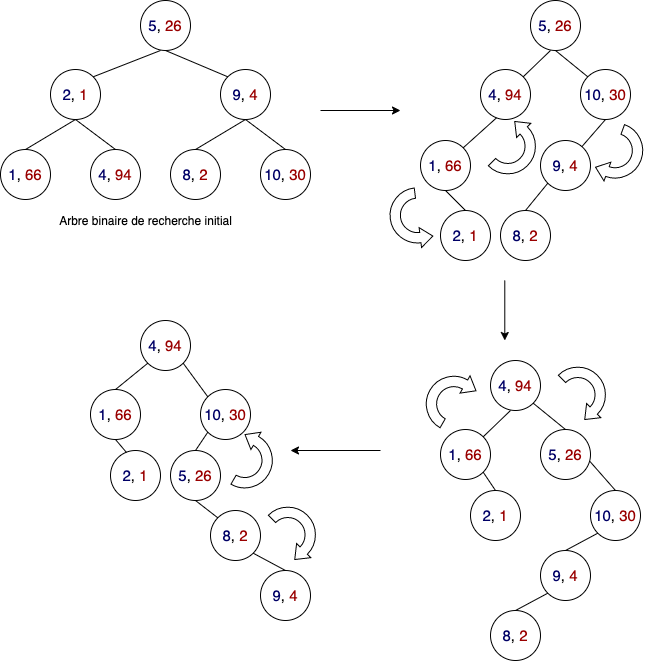
This is 2021/week11/solutions/treap.png from doplab/act-tp, a draw.io export, as it was before one commit. Source tidied: cells renumbered, new cells last; positions are measured from the earlier drawing's top-left corner, leaving out a move shared by most shapes. Its diagram source:
```xml
<mxGraphModel>
  <root>
    <mxCell id="0" />
    <mxCell id="1" parent="0" />
    <mxCell id="2" value="&lt;span style=&quot;font-size: 15px&quot;&gt;&lt;font color=&quot;#000066&quot;&gt;1&lt;/font&gt;, &lt;font color=&quot;#990000&quot;&gt;66&lt;/font&gt;&lt;/span&gt;" style="ellipse;whiteSpace=wrap;html=1;" parent="1" vertex="1">
      <mxGeometry y="149" width="50" height="50" as="geometry" />
    </mxCell>
    <mxCell id="3" value="&lt;span style=&quot;font-size: 15px&quot;&gt;&lt;font color=&quot;#000066&quot;&gt;4&lt;/font&gt;,&amp;nbsp;&lt;font color=&quot;#990000&quot;&gt;94&lt;/font&gt;&lt;/span&gt;" style="ellipse;whiteSpace=wrap;html=1;" parent="1" vertex="1">
      <mxGeometry x="90" y="149" width="50" height="50" as="geometry" />
    </mxCell>
    <mxCell id="4" value="&lt;span style=&quot;font-size: 15px&quot;&gt;&lt;font color=&quot;#000066&quot;&gt;2&lt;/font&gt;,&amp;nbsp;&lt;/span&gt;&lt;font color=&quot;#990000&quot; style=&quot;font-size: 15px&quot;&gt;1&lt;/font&gt;" style="ellipse;whiteSpace=wrap;html=1;" parent="1" vertex="1">
      <mxGeometry x="50" y="69" width="50" height="50" as="geometry" />
    </mxCell>
    <mxCell id="5" value="&lt;span style=&quot;font-size: 15px&quot;&gt;&lt;font color=&quot;#000066&quot;&gt;8&lt;/font&gt;,&amp;nbsp;&lt;font color=&quot;#990000&quot;&gt;2&lt;/font&gt;&lt;/span&gt;" style="ellipse;whiteSpace=wrap;html=1;" parent="1" vertex="1">
      <mxGeometry x="170" y="149" width="50" height="50" as="geometry" />
    </mxCell>
    <mxCell id="6" value="&lt;span style=&quot;font-size: 15px&quot;&gt;&lt;font color=&quot;#000066&quot;&gt;10&lt;/font&gt;,&amp;nbsp;&lt;/span&gt;&lt;font color=&quot;#990000&quot; style=&quot;font-size: 15px&quot;&gt;30&lt;/font&gt;" style="ellipse;whiteSpace=wrap;html=1;" parent="1" vertex="1">
      <mxGeometry x="260" y="149" width="50" height="50" as="geometry" />
    </mxCell>
    <mxCell id="7" value="&lt;span style=&quot;font-size: 15px&quot;&gt;&lt;font color=&quot;#000066&quot;&gt;9&lt;/font&gt;,&amp;nbsp;&lt;font color=&quot;#990000&quot;&gt;4&lt;/font&gt;&lt;/span&gt;" style="ellipse;whiteSpace=wrap;html=1;" parent="1" vertex="1">
      <mxGeometry x="220" y="69" width="50" height="50" as="geometry" />
    </mxCell>
    <mxCell id="8" value="&lt;font style=&quot;font-size: 15px&quot;&gt;&lt;font color=&quot;#000066&quot;&gt;5&lt;/font&gt;, &lt;font color=&quot;#990000&quot;&gt;26&lt;/font&gt;&lt;/font&gt;" style="ellipse;whiteSpace=wrap;html=1;" parent="1" vertex="1">
      <mxGeometry x="140" width="50" height="50" as="geometry" />
    </mxCell>
    <mxCell id="9" style="endArrow=none;html=1;exitX=1;exitY=0;exitDx=0;exitDy=0;" parent="1" edge="1" source="4">
      <mxGeometry relative="1" as="geometry">
        <mxPoint x="160" y="50" as="targetPoint" />
      </mxGeometry>
    </mxCell>
    <mxCell id="10" style="endArrow=none;html=1;exitX=0;exitY=0;exitDx=0;exitDy=0;entryX=0.5;entryY=1;entryDx=0;entryDy=0;" parent="1" edge="1" source="7" target="8">
      <mxGeometry relative="1" as="geometry" />
    </mxCell>
    <mxCell id="11" style="endArrow=none;html=1;exitX=0.5;exitY=1;exitDx=0;exitDy=0;entryX=0.5;entryY=0;entryDx=0;entryDy=0;" parent="1" edge="1" source="7" target="5">
      <mxGeometry relative="1" as="geometry" />
    </mxCell>
    <mxCell id="12" style="endArrow=none;html=1;exitX=0.5;exitY=1;exitDx=0;exitDy=0;entryX=0.5;entryY=0;entryDx=0;entryDy=0;" parent="1" edge="1" source="7" target="6">
      <mxGeometry relative="1" as="geometry" />
    </mxCell>
    <mxCell id="13" style="endArrow=none;html=1;exitX=0.5;exitY=0;exitDx=0;exitDy=0;entryX=0.5;entryY=1;entryDx=0;entryDy=0;" parent="1" edge="1" source="3" target="4">
      <mxGeometry relative="1" as="geometry" />
    </mxCell>
    <mxCell id="14" style="endArrow=none;html=1;exitX=0.5;exitY=0;exitDx=0;exitDy=0;entryX=0.5;entryY=1;entryDx=0;entryDy=0;" parent="1" edge="1" source="2" target="4">
      <mxGeometry relative="1" as="geometry" />
    </mxCell>
    <mxCell id="15" value="&lt;span style=&quot;font-size: 15px&quot;&gt;&lt;font color=&quot;#000066&quot;&gt;2&lt;/font&gt;,&amp;nbsp;&lt;font color=&quot;#990000&quot;&gt;1&lt;/font&gt;&lt;/span&gt;" style="ellipse;whiteSpace=wrap;html=1;" parent="1" vertex="1">
      <mxGeometry x="440" y="210" width="50" height="50" as="geometry" />
    </mxCell>
    <mxCell id="16" value="&lt;span style=&quot;font-size: 15px&quot;&gt;&lt;font color=&quot;#000066&quot;&gt;4&lt;/font&gt;,&amp;nbsp;&lt;font color=&quot;#990000&quot;&gt;94&lt;/font&gt;&lt;/span&gt;" style="ellipse;whiteSpace=wrap;html=1;" parent="1" vertex="1">
      <mxGeometry x="480" y="69" width="50" height="50" as="geometry" />
    </mxCell>
    <mxCell id="17" value="&lt;span style=&quot;font-size: 15px&quot;&gt;&lt;font color=&quot;#000066&quot;&gt;1&lt;/font&gt;, &lt;font color=&quot;#990000&quot;&gt;66&lt;/font&gt;&lt;/span&gt;" style="ellipse;whiteSpace=wrap;html=1;" parent="1" vertex="1">
      <mxGeometry x="420" y="140" width="50" height="50" as="geometry" />
    </mxCell>
    <mxCell id="18" value="&lt;span style=&quot;font-size: 15px&quot;&gt;&lt;font color=&quot;#000066&quot;&gt;8&lt;/font&gt;,&amp;nbsp;&lt;font color=&quot;#990000&quot;&gt;2&lt;/font&gt;&lt;/span&gt;" style="ellipse;whiteSpace=wrap;html=1;" parent="1" vertex="1">
      <mxGeometry x="500" y="210" width="50" height="50" as="geometry" />
    </mxCell>
    <mxCell id="19" value="&lt;span style=&quot;font-size: 15px&quot;&gt;&lt;font color=&quot;#000066&quot;&gt;9&lt;/font&gt;,&amp;nbsp;&lt;font color=&quot;#990000&quot;&gt;4&lt;/font&gt;&lt;/span&gt;" style="ellipse;whiteSpace=wrap;html=1;" parent="1" vertex="1">
      <mxGeometry x="540" y="140" width="50" height="50" as="geometry" />
    </mxCell>
    <mxCell id="20" value="&lt;font style=&quot;font-size: 15px&quot;&gt;&lt;font color=&quot;#000066&quot;&gt;5&lt;/font&gt;, &lt;font color=&quot;#990000&quot;&gt;26&lt;/font&gt;&lt;/font&gt;" style="ellipse;whiteSpace=wrap;html=1;" parent="1" vertex="1">
      <mxGeometry x="530" width="50" height="50" as="geometry" />
    </mxCell>
    <mxCell id="21" style="endArrow=none;html=1;exitX=1;exitY=0;exitDx=0;exitDy=0;" parent="1" edge="1" source="16">
      <mxGeometry relative="1" as="geometry">
        <mxPoint x="550" y="50" as="targetPoint" />
      </mxGeometry>
    </mxCell>
    <mxCell id="22" style="endArrow=none;html=1;exitX=0;exitY=0;exitDx=0;exitDy=0;entryX=0.5;entryY=1;entryDx=0;entryDy=0;" parent="1" edge="1" source="26" target="20">
      <mxGeometry relative="1" as="geometry" />
    </mxCell>
    <mxCell id="23" style="endArrow=none;html=1;exitX=0;exitY=1;exitDx=0;exitDy=0;entryX=0.5;entryY=0;entryDx=0;entryDy=0;" parent="1" edge="1" source="19" target="18">
      <mxGeometry relative="1" as="geometry" />
    </mxCell>
    <mxCell id="24" style="endArrow=none;html=1;exitX=0.32;exitY=0.967;exitDx=0;exitDy=0;entryX=1;entryY=0;entryDx=0;entryDy=0;exitPerimeter=0;" parent="1" edge="1" source="16" target="17">
      <mxGeometry relative="1" as="geometry" />
    </mxCell>
    <mxCell id="25" style="endArrow=none;html=1;exitX=0.5;exitY=0;exitDx=0;exitDy=0;entryX=0.5;entryY=1;entryDx=0;entryDy=0;" parent="1" edge="1" source="15" target="17">
      <mxGeometry relative="1" as="geometry" />
    </mxCell>
    <mxCell id="26" value="&lt;span style=&quot;font-size: 15px&quot;&gt;&lt;font color=&quot;#000066&quot;&gt;10&lt;/font&gt;,&amp;nbsp;&lt;/span&gt;&lt;font color=&quot;#990000&quot; style=&quot;font-size: 15px&quot;&gt;30&lt;/font&gt;" style="ellipse;whiteSpace=wrap;html=1;" parent="1" vertex="1">
      <mxGeometry x="580" y="69" width="50" height="50" as="geometry" />
    </mxCell>
    <mxCell id="27" style="endArrow=none;html=1;entryX=0.5;entryY=1;entryDx=0;entryDy=0;" parent="1" edge="1" source="19" target="26">
      <mxGeometry relative="1" as="geometry" />
    </mxCell>
    <mxCell id="28" value="&lt;span style=&quot;font-size: 15px&quot;&gt;&lt;font color=&quot;#000066&quot;&gt;2&lt;/font&gt;,&amp;nbsp;&lt;font color=&quot;#990000&quot;&gt;1&lt;/font&gt;&lt;/span&gt;" style="ellipse;whiteSpace=wrap;html=1;" parent="1" vertex="1">
      <mxGeometry x="470" y="490" width="50" height="50" as="geometry" />
    </mxCell>
    <mxCell id="29" value="&lt;span style=&quot;font-size: 15px&quot;&gt;&lt;font color=&quot;#000066&quot;&gt;1&lt;/font&gt;, &lt;font color=&quot;#990000&quot;&gt;66&lt;/font&gt;&lt;/span&gt;" style="ellipse;whiteSpace=wrap;html=1;" parent="1" vertex="1">
      <mxGeometry x="440" y="429" width="50" height="50" as="geometry" />
    </mxCell>
    <mxCell id="30" value="&lt;span style=&quot;font-size: 15px&quot;&gt;&lt;font color=&quot;#000066&quot;&gt;5&lt;/font&gt;, &lt;font color=&quot;#990000&quot;&gt;26&lt;/font&gt;&lt;/span&gt;" style="ellipse;whiteSpace=wrap;html=1;" parent="1" vertex="1">
      <mxGeometry x="540" y="429" width="50" height="50" as="geometry" />
    </mxCell>
    <mxCell id="31" value="&lt;span style=&quot;font-size: 15px&quot;&gt;&lt;font color=&quot;#000066&quot;&gt;8&lt;/font&gt;,&amp;nbsp;&lt;font color=&quot;#990000&quot;&gt;2&lt;/font&gt;&lt;/span&gt;" style="ellipse;whiteSpace=wrap;html=1;" parent="1" vertex="1">
      <mxGeometry x="490" y="610" width="50" height="50" as="geometry" />
    </mxCell>
    <mxCell id="32" value="&lt;span style=&quot;font-size: 15px&quot;&gt;&lt;font color=&quot;#000066&quot;&gt;9&lt;/font&gt;,&amp;nbsp;&lt;font color=&quot;#990000&quot;&gt;4&lt;/font&gt;&lt;/span&gt;" style="ellipse;whiteSpace=wrap;html=1;" parent="1" vertex="1">
      <mxGeometry x="540" y="550" width="50" height="50" as="geometry" />
    </mxCell>
    <mxCell id="33" value="&lt;font style=&quot;font-size: 15px&quot;&gt;&lt;font color=&quot;#000066&quot;&gt;4&lt;/font&gt;, &lt;font color=&quot;#990000&quot;&gt;94&lt;/font&gt;&lt;/font&gt;" style="ellipse;whiteSpace=wrap;html=1;" parent="1" vertex="1">
      <mxGeometry x="490" y="360" width="50" height="50" as="geometry" />
    </mxCell>
    <mxCell id="34" style="endArrow=none;html=1;exitX=1;exitY=0;exitDx=0;exitDy=0;" parent="1" edge="1" source="29">
      <mxGeometry relative="1" as="geometry">
        <mxPoint x="510" y="410" as="targetPoint" />
      </mxGeometry>
    </mxCell>
    <mxCell id="35" value="&lt;span style=&quot;font-size: 15px&quot;&gt;&lt;font color=&quot;#000066&quot;&gt;10&lt;/font&gt;,&amp;nbsp;&lt;/span&gt;&lt;font color=&quot;#990000&quot; style=&quot;font-size: 15px&quot;&gt;30&lt;/font&gt;" style="ellipse;whiteSpace=wrap;html=1;" parent="1" vertex="1">
      <mxGeometry x="590" y="490" width="50" height="50" as="geometry" />
    </mxCell>
    <mxCell id="36" style="endArrow=none;html=1;exitX=0.5;exitY=0;exitDx=0;exitDy=0;entryX=1;entryY=1;entryDx=0;entryDy=0;" parent="1" edge="1" source="28" target="29">
      <mxGeometry relative="1" as="geometry" />
    </mxCell>
    <mxCell id="37" style="endArrow=none;html=1;exitX=0.5;exitY=0;exitDx=0;exitDy=0;entryX=1;entryY=1;entryDx=0;entryDy=0;" parent="1" edge="1" source="30" target="33">
      <mxGeometry relative="1" as="geometry" />
    </mxCell>
    <mxCell id="38" style="endArrow=none;html=1;exitX=0.983;exitY=0.632;exitDx=0;exitDy=0;entryX=0.5;entryY=0;entryDx=0;entryDy=0;exitPerimeter=0;" parent="1" edge="1" source="30" target="35">
      <mxGeometry relative="1" as="geometry" />
    </mxCell>
    <mxCell id="39" style="endArrow=none;html=1;exitX=0.5;exitY=0;exitDx=0;exitDy=0;entryX=0;entryY=1;entryDx=0;entryDy=0;" parent="1" edge="1" source="32" target="35">
      <mxGeometry relative="1" as="geometry" />
    </mxCell>
    <mxCell id="40" style="endArrow=none;html=1;exitX=0.5;exitY=0;exitDx=0;exitDy=0;entryX=0;entryY=1;entryDx=0;entryDy=0;" parent="1" edge="1" source="31" target="32">
      <mxGeometry relative="1" as="geometry" />
    </mxCell>
    <mxCell id="41" value="&lt;span style=&quot;font-size: 15px&quot;&gt;&lt;font color=&quot;#000066&quot;&gt;2&lt;/font&gt;,&amp;nbsp;&lt;font color=&quot;#990000&quot;&gt;1&lt;/font&gt;&lt;/span&gt;" style="ellipse;whiteSpace=wrap;html=1;" parent="1" vertex="1">
      <mxGeometry x="110" y="450" width="50" height="50" as="geometry" />
    </mxCell>
    <mxCell id="42" value="&lt;span style=&quot;font-size: 15px&quot;&gt;&lt;font color=&quot;#000066&quot;&gt;1&lt;/font&gt;, &lt;font color=&quot;#990000&quot;&gt;66&lt;/font&gt;&lt;/span&gt;" style="ellipse;whiteSpace=wrap;html=1;" parent="1" vertex="1">
      <mxGeometry x="90" y="389" width="50" height="50" as="geometry" />
    </mxCell>
    <mxCell id="43" value="&lt;span style=&quot;font-size: 15px&quot;&gt;&lt;font color=&quot;#000066&quot;&gt;8&lt;/font&gt;,&amp;nbsp;&lt;font color=&quot;#990000&quot;&gt;2&lt;/font&gt;&lt;/span&gt;" style="ellipse;whiteSpace=wrap;html=1;" parent="1" vertex="1">
      <mxGeometry x="210" y="510" width="50" height="50" as="geometry" />
    </mxCell>
    <mxCell id="44" value="&lt;span style=&quot;font-size: 15px&quot;&gt;&lt;font color=&quot;#000066&quot;&gt;9&lt;/font&gt;,&amp;nbsp;&lt;font color=&quot;#990000&quot;&gt;4&lt;/font&gt;&lt;/span&gt;" style="ellipse;whiteSpace=wrap;html=1;" parent="1" vertex="1">
      <mxGeometry x="260" y="570" width="50" height="50" as="geometry" />
    </mxCell>
    <mxCell id="45" value="&lt;font style=&quot;font-size: 15px&quot;&gt;&lt;font color=&quot;#000066&quot;&gt;4&lt;/font&gt;, &lt;font color=&quot;#990000&quot;&gt;94&lt;/font&gt;&lt;/font&gt;" style="ellipse;whiteSpace=wrap;html=1;" parent="1" vertex="1">
      <mxGeometry x="140" y="320" width="50" height="50" as="geometry" />
    </mxCell>
    <mxCell id="46" style="endArrow=none;html=1;exitX=0.5;exitY=0;exitDx=0;exitDy=0;entryX=0;entryY=1;entryDx=0;entryDy=0;" parent="1" edge="1" source="42" target="45">
      <mxGeometry relative="1" as="geometry" />
    </mxCell>
    <mxCell id="47" value="&lt;span style=&quot;font-size: 15px&quot;&gt;&lt;font color=&quot;#000066&quot;&gt;10&lt;/font&gt;,&amp;nbsp;&lt;/span&gt;&lt;font color=&quot;#990000&quot; style=&quot;font-size: 15px&quot;&gt;30&lt;/font&gt;" style="ellipse;whiteSpace=wrap;html=1;" parent="1" vertex="1">
      <mxGeometry x="200" y="389" width="50" height="50" as="geometry" />
    </mxCell>
    <mxCell id="48" style="endArrow=none;html=1;exitX=0.32;exitY=0.04;exitDx=0;exitDy=0;entryX=0.5;entryY=1;entryDx=0;entryDy=0;exitPerimeter=0;" parent="1" edge="1" source="41" target="42">
      <mxGeometry relative="1" as="geometry" />
    </mxCell>
    <mxCell id="49" style="endArrow=none;html=1;entryX=1;entryY=1;entryDx=0;entryDy=0;exitX=0;exitY=0;exitDx=0;exitDy=0;" parent="1" edge="1" source="47" target="45">
      <mxGeometry relative="1" as="geometry" />
    </mxCell>
    <mxCell id="50" style="endArrow=none;html=1;exitX=0.5;exitY=0;exitDx=0;exitDy=0;entryX=0;entryY=1;entryDx=0;entryDy=0;" parent="1" edge="1" source="51" target="47">
      <mxGeometry relative="1" as="geometry" />
    </mxCell>
    <mxCell id="51" value="&lt;span style=&quot;font-size: 15px&quot;&gt;&lt;font color=&quot;#000066&quot;&gt;5&lt;/font&gt;, &lt;font color=&quot;#990000&quot;&gt;26&lt;/font&gt;&lt;/span&gt;" style="ellipse;whiteSpace=wrap;html=1;" parent="1" vertex="1">
      <mxGeometry x="170" y="450" width="50" height="50" as="geometry" />
    </mxCell>
    <mxCell id="52" style="endArrow=none;html=1;exitX=0;exitY=0;exitDx=0;exitDy=0;entryX=0.5;entryY=1;entryDx=0;entryDy=0;" parent="1" edge="1" source="43" target="51">
      <mxGeometry relative="1" as="geometry" />
    </mxCell>
    <mxCell id="53" style="endArrow=none;html=1;exitX=0.5;exitY=0;exitDx=0;exitDy=0;entryX=1;entryY=1;entryDx=0;entryDy=0;" parent="1" edge="1" source="44" target="43">
      <mxGeometry relative="1" as="geometry" />
    </mxCell>
    <mxCell id="54" value="Arbre binaire de recherche initial" style="text;html=1;align=center;verticalAlign=middle;" parent="1" vertex="1">
      <mxGeometry x="50" y="210" width="190" height="20" as="geometry" />
    </mxCell>
    <mxCell id="55" style="html=1;shadow=0;dashed=0;align=center;verticalAlign=middle;shape=mxgraph.arrows2.uTurnArrow;dy=5.17;arrowHead=20;dx2=12.62;rotation=353;flipV=1;" parent="1" vertex="1">
      <mxGeometry x="390" y="190" width="10" height="60" as="geometry" />
    </mxCell>
    <mxCell id="56" style="html=1;shadow=0;dashed=0;align=center;verticalAlign=middle;shape=mxgraph.arrows2.uTurnArrow;dy=5.17;arrowHead=20;dx2=12.62;rotation=45;direction=east;flipH=1;" parent="1" vertex="1">
      <mxGeometry x="520" y="130" width="10" height="60" as="geometry" />
    </mxCell>
    <mxCell id="57" style="html=1;shadow=0;dashed=0;align=center;verticalAlign=middle;shape=mxgraph.arrows2.uTurnArrow;dy=5.17;arrowHead=20;dx2=12.62;rotation=20;flipV=1;flipH=1;" parent="1" vertex="1">
      <mxGeometry x="630" y="130" width="10" height="60" as="geometry" />
    </mxCell>
    <mxCell id="58" style="html=1;shadow=0;dashed=0;align=center;verticalAlign=middle;shape=mxgraph.arrows2.uTurnArrow;dy=5.17;arrowHead=20;dx2=12.62;rotation=30;direction=east;flipH=0;flipV=0;" parent="1" vertex="1">
      <mxGeometry x="430" y="360" width="10" height="60" as="geometry" />
    </mxCell>
    <mxCell id="59" style="html=1;shadow=0;dashed=0;align=center;verticalAlign=middle;shape=mxgraph.arrows2.uTurnArrow;dy=5.17;arrowHead=20;dx2=12.62;rotation=-45;flipV=1;flipH=1;" parent="1" vertex="1">
      <mxGeometry x="590" y="350" width="10" height="60" as="geometry" />
    </mxCell>
    <mxCell id="60" style="html=1;shadow=0;dashed=0;align=center;verticalAlign=middle;shape=mxgraph.arrows2.uTurnArrow;dy=5.17;arrowHead=20;dx2=12.62;rotation=-45;flipV=1;flipH=1;" parent="1" vertex="1">
      <mxGeometry x="300" y="490" width="10" height="60" as="geometry" />
    </mxCell>
    <mxCell id="61" style="html=1;shadow=0;dashed=0;align=center;verticalAlign=middle;shape=mxgraph.arrows2.uTurnArrow;dy=5.17;arrowHead=20;dx2=12.62;rotation=30;direction=east;flipH=1;flipV=0;" parent="1" vertex="1">
      <mxGeometry x="260" y="439" width="10" height="60" as="geometry" />
    </mxCell>
    <mxCell id="62" style="endArrow=classic;html=1;" parent="1" edge="1">
      <mxGeometry relative="1" as="geometry">
        <mxPoint x="320" y="110" as="sourcePoint" />
        <mxPoint x="400" y="110" as="targetPoint" />
      </mxGeometry>
    </mxCell>
    <mxCell id="63" style="endArrow=classic;html=1;" parent="1" edge="1">
      <mxGeometry relative="1" as="geometry">
        <mxPoint x="504.3" y="280" as="sourcePoint" />
        <mxPoint x="504.3" y="340" as="targetPoint" />
      </mxGeometry>
    </mxCell>
    <mxCell id="64" style="endArrow=classic;html=1;" parent="1" edge="1">
      <mxGeometry relative="1" as="geometry">
        <mxPoint x="380" y="450" as="sourcePoint" />
        <mxPoint x="290" y="450" as="targetPoint" />
      </mxGeometry>
    </mxCell>
  </root>
</mxGraphModel>
```
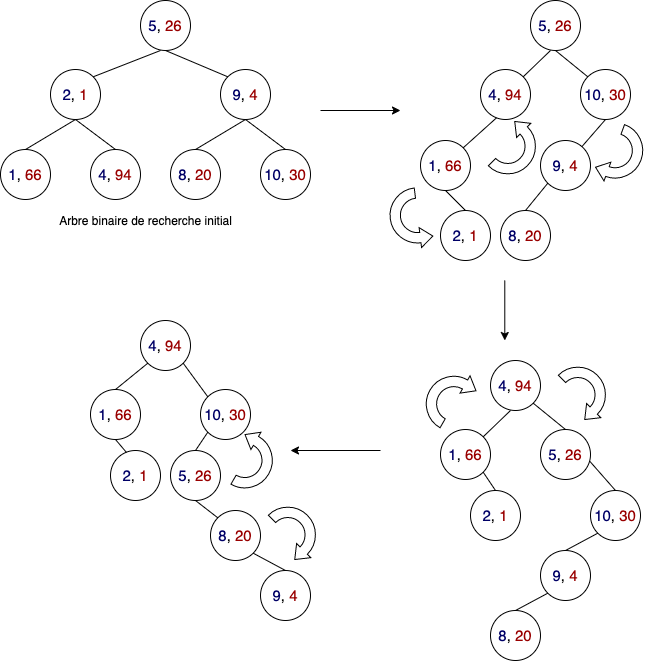
The same file after the commit.

What changed in the source:
```diff
@@ -11,7 +11,7 @@
     <mxCell id="4" value="&lt;span style=&quot;font-size: 15px&quot;&gt;&lt;font color=&quot;#000066&quot;&gt;2&lt;/font&gt;,&amp;nbsp;&lt;/span&gt;&lt;font color=&quot;#990000&quot; style=&quot;font-size: 15px&quot;&gt;1&lt;/font&gt;" style="ellipse;whiteSpace=wrap;html=1;" parent="1" vertex="1">
       <mxGeometry x="50" y="69" width="50" height="50" as="geometry" />
     </mxCell>
-    <mxCell id="5" value="&lt;span style=&quot;font-size: 15px&quot;&gt;&lt;font color=&quot;#000066&quot;&gt;8&lt;/font&gt;,&amp;nbsp;&lt;font color=&quot;#990000&quot;&gt;2&lt;/font&gt;&lt;/span&gt;" style="ellipse;whiteSpace=wrap;html=1;" parent="1" vertex="1">
+    <mxCell id="5" value="&lt;span style=&quot;font-size: 15px&quot;&gt;&lt;font color=&quot;#000066&quot;&gt;8&lt;/font&gt;,&amp;nbsp;&lt;font color=&quot;#990000&quot;&gt;20&lt;/font&gt;&lt;/span&gt;" style="ellipse;whiteSpace=wrap;html=1;" parent="1" vertex="1">
       <mxGeometry x="170" y="149" width="50" height="50" as="geometry" />
     </mxCell>
     <mxCell id="6" value="&lt;span style=&quot;font-size: 15px&quot;&gt;&lt;font color=&quot;#000066&quot;&gt;10&lt;/font&gt;,&amp;nbsp;&lt;/span&gt;&lt;font color=&quot;#990000&quot; style=&quot;font-size: 15px&quot;&gt;30&lt;/font&gt;" style="ellipse;whiteSpace=wrap;html=1;" parent="1" vertex="1">
@@ -52,7 +52,7 @@
     <mxCell id="17" value="&lt;span style=&quot;font-size: 15px&quot;&gt;&lt;font color=&quot;#000066&quot;&gt;1&lt;/font&gt;, &lt;font color=&quot;#990000&quot;&gt;66&lt;/font&gt;&lt;/span&gt;" style="ellipse;whiteSpace=wrap;html=1;" parent="1" vertex="1">
       <mxGeometry x="420" y="140" width="50" height="50" as="geometry" />
     </mxCell>
-    <mxCell id="18" value="&lt;span style=&quot;font-size: 15px&quot;&gt;&lt;font color=&quot;#000066&quot;&gt;8&lt;/font&gt;,&amp;nbsp;&lt;font color=&quot;#990000&quot;&gt;2&lt;/font&gt;&lt;/span&gt;" style="ellipse;whiteSpace=wrap;html=1;" parent="1" vertex="1">
+    <mxCell id="18" value="&lt;span style=&quot;font-size: 15px&quot;&gt;&lt;font color=&quot;#000066&quot;&gt;8&lt;/font&gt;,&amp;nbsp;&lt;font color=&quot;#990000&quot;&gt;20&lt;/font&gt;&lt;/span&gt;" style="ellipse;whiteSpace=wrap;html=1;" parent="1" vertex="1">
       <mxGeometry x="500" y="210" width="50" height="50" as="geometry" />
     </mxCell>
     <mxCell id="19" value="&lt;span style=&quot;font-size: 15px&quot;&gt;&lt;font color=&quot;#000066&quot;&gt;9&lt;/font&gt;,&amp;nbsp;&lt;font color=&quot;#990000&quot;&gt;4&lt;/font&gt;&lt;/span&gt;" style="ellipse;whiteSpace=wrap;html=1;" parent="1" vertex="1">
@@ -93,7 +93,7 @@
     <mxCell id="30" value="&lt;span style=&quot;font-size: 15px&quot;&gt;&lt;font color=&quot;#000066&quot;&gt;5&lt;/font&gt;, &lt;font color=&quot;#990000&quot;&gt;26&lt;/font&gt;&lt;/span&gt;" style="ellipse;whiteSpace=wrap;html=1;" parent="1" vertex="1">
       <mxGeometry x="540" y="429" width="50" height="50" as="geometry" />
     </mxCell>
-    <mxCell id="31" value="&lt;span style=&quot;font-size: 15px&quot;&gt;&lt;font color=&quot;#000066&quot;&gt;8&lt;/font&gt;,&amp;nbsp;&lt;font color=&quot;#990000&quot;&gt;2&lt;/font&gt;&lt;/span&gt;" style="ellipse;whiteSpace=wrap;html=1;" parent="1" vertex="1">
+    <mxCell id="31" value="&lt;span style=&quot;font-size: 15px&quot;&gt;&lt;font color=&quot;#000066&quot;&gt;8&lt;/font&gt;,&amp;nbsp;&lt;font color=&quot;#990000&quot;&gt;20&lt;/font&gt;&lt;/span&gt;" style="ellipse;whiteSpace=wrap;html=1;" parent="1" vertex="1">
       <mxGeometry x="490" y="610" width="50" height="50" as="geometry" />
     </mxCell>
     <mxCell id="32" value="&lt;span style=&quot;font-size: 15px&quot;&gt;&lt;font color=&quot;#000066&quot;&gt;9&lt;/font&gt;,&amp;nbsp;&lt;font color=&quot;#990000&quot;&gt;4&lt;/font&gt;&lt;/span&gt;" style="ellipse;whiteSpace=wrap;html=1;" parent="1" vertex="1">
@@ -131,7 +131,7 @@
     <mxCell id="42" value="&lt;span style=&quot;font-size: 15px&quot;&gt;&lt;font color=&quot;#000066&quot;&gt;1&lt;/font&gt;, &lt;font color=&quot;#990000&quot;&gt;66&lt;/font&gt;&lt;/span&gt;" style="ellipse;whiteSpace=wrap;html=1;" parent="1" vertex="1">
       <mxGeometry x="90" y="389" width="50" height="50" as="geometry" />
     </mxCell>
-    <mxCell id="43" value="&lt;span style=&quot;font-size: 15px&quot;&gt;&lt;font color=&quot;#000066&quot;&gt;8&lt;/font&gt;,&amp;nbsp;&lt;font color=&quot;#990000&quot;&gt;2&lt;/font&gt;&lt;/span&gt;" style="ellipse;whiteSpace=wrap;html=1;" parent="1" vertex="1">
+    <mxCell id="43" value="&lt;span style=&quot;font-size: 15px&quot;&gt;&lt;font color=&quot;#000066&quot;&gt;8&lt;/font&gt;,&amp;nbsp;&lt;font color=&quot;#990000&quot;&gt;20&lt;/font&gt;&lt;/span&gt;" style="ellipse;whiteSpace=wrap;html=1;" parent="1" vertex="1">
       <mxGeometry x="210" y="510" width="50" height="50" as="geometry" />
     </mxCell>
     <mxCell id="44" value="&lt;span style=&quot;font-size: 15px&quot;&gt;&lt;font color=&quot;#000066&quot;&gt;9&lt;/font&gt;,&amp;nbsp;&lt;font color=&quot;#990000&quot;&gt;4&lt;/font&gt;&lt;/span&gt;" style="ellipse;whiteSpace=wrap;html=1;" parent="1" vertex="1">
```
